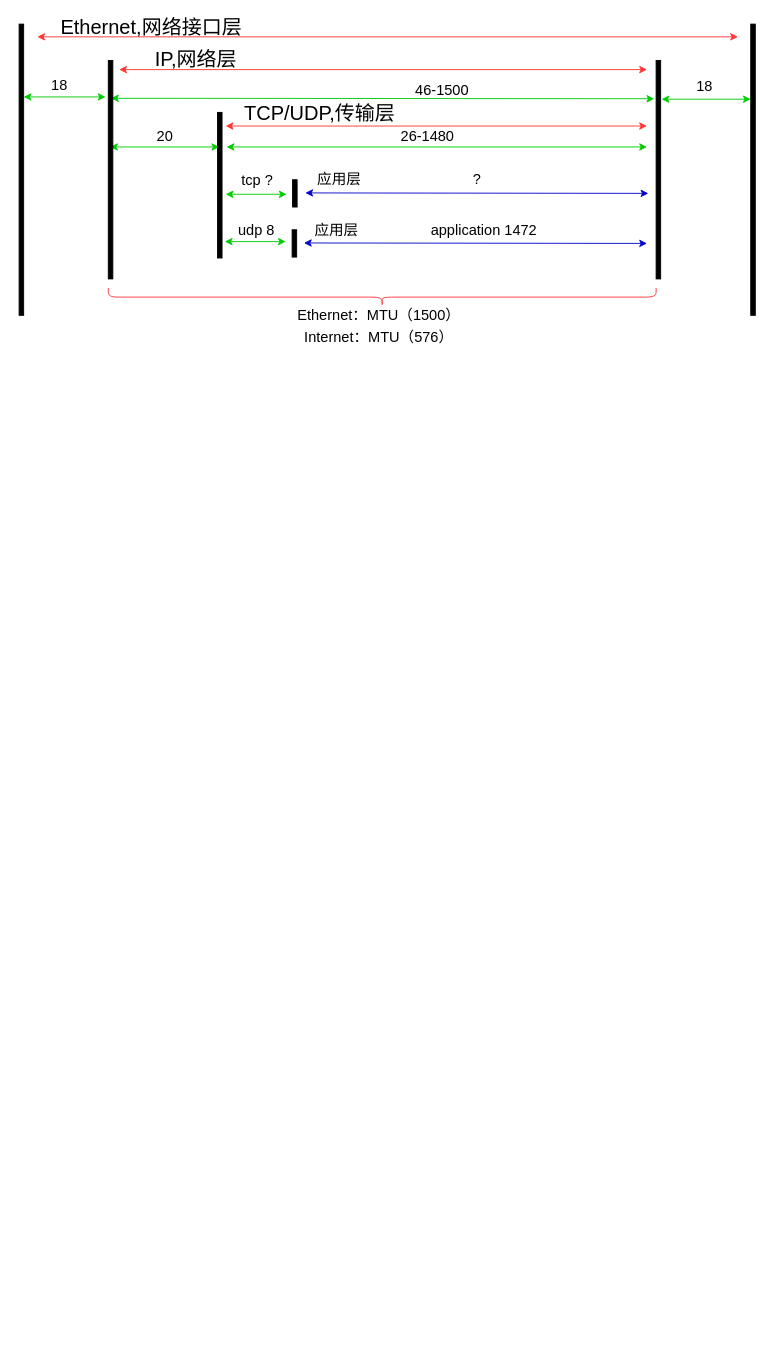
QQ1350995917/gitbook keeps this draw.io diagram as draw.io/tcpip-protocol.drawio. Above is the earlier version. Source tidied: cells renumbered, new cells numbered last; positions are measured from the earlier drawing's top-left corner, leaving out a move shared by most shapes. Both pictures are drawn from the tidied source at 91%, with x=0, y=0 at pixel (19, 18).
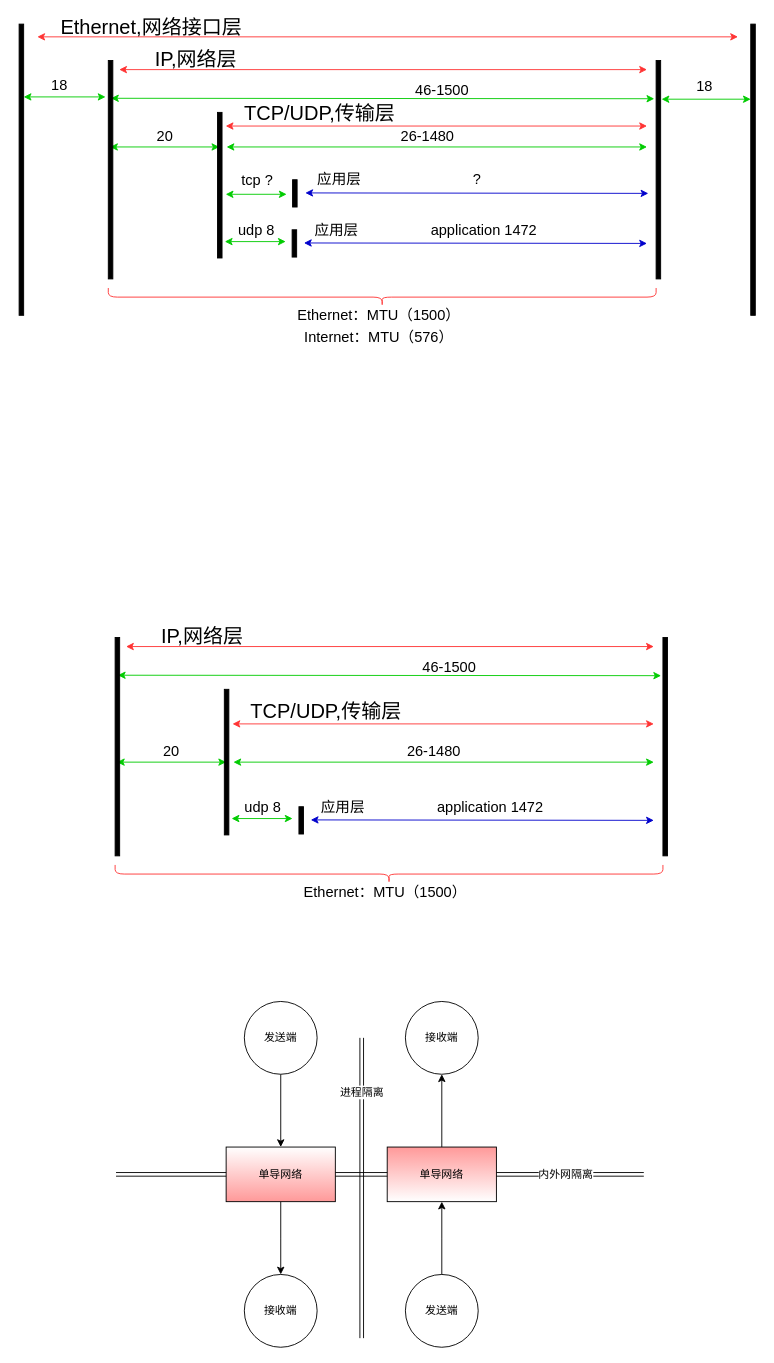
After the change.

The edit, as a diff of the source:
```diff
@@
+    <mxCell id="40" style="shape=link;html=1;startArrow=classic;startFill=1;endArrow=none;endFill=0;" parent="1" edge="1">
+      <mxGeometry relative="1" as="geometry">
+        <mxPoint x="106" y="1270" as="sourcePoint" />
+        <mxPoint x="686" y="1270" as="targetPoint" />
+      </mxGeometry>
+    </mxCell>
+    <mxCell id="41" value="内外网隔离&lt;br&gt;" style="text;html=1;align=center;verticalAlign=middle;labelBackgroundColor=#ffffff;" parent="40" vertex="1">
+      <mxGeometry x="0.88" y="2" relative="1" as="geometry">
+        <mxPoint x="-52" y="2" as="offset" />
+      </mxGeometry>
+    </mxCell>
@@
+    <mxCell id="42" value="TCP/UDP,传输层" style="text;html=1;strokeColor=none;fillColor=none;align=center;verticalAlign=middle;whiteSpace=wrap;rounded=0;fontSize=22;" parent="1" vertex="1">
+      <mxGeometry x="247" y="752" width="180" height="20" as="geometry" />
+    </mxCell>
+    <mxCell id="43" value="IP,网络层" style="text;html=1;strokeColor=none;fillColor=none;align=center;verticalAlign=middle;whiteSpace=wrap;rounded=0;fontSize=22;" parent="1" vertex="1">
+      <mxGeometry x="145" y="670" width="112" height="20" as="geometry" />
+    </mxCell>
+    <mxCell id="44" value="&lt;span&gt;46-1500&lt;/span&gt;" style="text;html=1;strokeColor=none;fillColor=none;align=center;verticalAlign=middle;whiteSpace=wrap;rounded=0;fontSize=16;" parent="1" vertex="1">
+      <mxGeometry x="429.5" y="701.5" width="85" height="20" as="geometry" />
+    </mxCell>
+    <mxCell id="45" style="endArrow=classic;startArrow=classic;html=1;fontSize=16;strokeColor=#00CC00;" parent="1" edge="1">
+      <mxGeometry relative="1" as="geometry">
+        <mxPoint x="108" y="721.5" as="sourcePoint" />
+        <mxPoint x="705" y="722" as="targetPoint" />
+      </mxGeometry>
+    </mxCell>
+    <mxCell id="46" style="endArrow=classic;startArrow=classic;html=1;fontSize=16;strokeColor=#00CC00;" parent="1" edge="1">
+      <mxGeometry relative="1" as="geometry">
+        <mxPoint x="107" y="817" as="sourcePoint" />
+        <mxPoint x="227" y="817" as="targetPoint" />
+      </mxGeometry>
+    </mxCell>
+    <mxCell id="47" value="20" style="text;html=1;strokeColor=none;fillColor=none;align=center;verticalAlign=middle;whiteSpace=wrap;rounded=0;fontSize=16;" parent="1" vertex="1">
+      <mxGeometry x="147" y="795" width="40" height="20" as="geometry" />
+    </mxCell>
+    <mxCell id="48" style="endArrow=classic;startArrow=classic;html=1;fontSize=16;strokeColor=#00CC00;" parent="1" edge="1">
+      <mxGeometry relative="1" as="geometry">
+        <mxPoint x="235" y="817" as="sourcePoint" />
+        <mxPoint x="697" y="817" as="targetPoint" />
+      </mxGeometry>
+    </mxCell>
+    <mxCell id="49" value="26-1480" style="text;html=1;strokeColor=none;fillColor=none;align=center;verticalAlign=middle;whiteSpace=wrap;rounded=0;fontSize=16;" parent="1" vertex="1">
+      <mxGeometry x="414" y="795" width="83" height="20" as="geometry" />
+    </mxCell>
+    <mxCell id="50" style="endArrow=classic;startArrow=classic;html=1;fontSize=16;strokeColor=#00CC00;" parent="1" edge="1">
+      <mxGeometry relative="1" as="geometry">
+        <mxPoint x="233" y="879" as="sourcePoint" />
+        <mxPoint x="300" y="879" as="targetPoint" />
+      </mxGeometry>
+    </mxCell>
+    <mxCell id="51" value="udp 8" style="text;html=1;strokeColor=none;fillColor=none;align=center;verticalAlign=middle;whiteSpace=wrap;rounded=0;fontSize=16;" parent="1" vertex="1">
+      <mxGeometry x="237" y="856" width="61" height="20" as="geometry" />
+    </mxCell>
+    <mxCell id="52" value="application 1472" style="text;html=1;strokeColor=none;fillColor=none;align=center;verticalAlign=middle;whiteSpace=wrap;rounded=0;fontSize=16;" parent="1" vertex="1">
+      <mxGeometry x="437" y="856" width="161" height="20" as="geometry" />
+    </mxCell>
+    <mxCell id="53" style="shape=curlyBracket;whiteSpace=wrap;html=1;rounded=1;fontSize=16;direction=north;strokeColor=#FF3333;" parent="1" vertex="1">
+      <mxGeometry x="105" y="930" width="602" height="20" as="geometry" />
+    </mxCell>
+    <mxCell id="54" value="Ethernet：MTU（1500）" style="text;html=1;strokeColor=none;fillColor=none;align=center;verticalAlign=middle;whiteSpace=wrap;rounded=0;fontSize=16;" parent="1" vertex="1">
+      <mxGeometry x="247" y="950" width="310" height="20" as="geometry" />
+    </mxCell>
+    <mxCell id="55" style="rounded=0;whiteSpace=wrap;html=1;fontSize=16;fillColor=#000000;" parent="1" vertex="1">
+      <mxGeometry x="105" y="680" width="5" height="240" as="geometry" />
+    </mxCell>
+    <mxCell id="56" style="rounded=0;whiteSpace=wrap;html=1;fontSize=16;fillColor=#000000;" parent="1" vertex="1">
+      <mxGeometry x="225" y="737" width="5" height="160" as="geometry" />
+    </mxCell>
+    <mxCell id="57" style="rounded=0;whiteSpace=wrap;html=1;fontSize=16;fillColor=#000000;" parent="1" vertex="1">
+      <mxGeometry x="307" y="866" width="5" height="30" as="geometry" />
+    </mxCell>
+    <mxCell id="58" style="rounded=0;whiteSpace=wrap;html=1;fontSize=16;fillColor=#000000;" parent="1" vertex="1">
+      <mxGeometry x="707" y="680" width="5" height="240" as="geometry" />
+    </mxCell>
+    <mxCell id="59" style="endArrow=classic;startArrow=classic;html=1;fillColor=#0A0A0A;fontSize=16;strokeColor=#FF3333;" parent="1" edge="1">
+      <mxGeometry relative="1" as="geometry">
+        <mxPoint x="117" y="690" as="sourcePoint" />
+        <mxPoint x="697" y="690" as="targetPoint" />
+      </mxGeometry>
+    </mxCell>
+    <mxCell id="60" style="endArrow=classic;startArrow=classic;html=1;fillColor=#0A0A0A;fontSize=16;strokeColor=#FF3333;" parent="1" edge="1">
+      <mxGeometry relative="1" as="geometry">
+        <mxPoint x="234" y="775" as="sourcePoint" />
+        <mxPoint x="697" y="775" as="targetPoint" />
+      </mxGeometry>
+    </mxCell>
+    <mxCell id="61" style="endArrow=classic;startArrow=classic;html=1;fontSize=16;strokeColor=#0000CC;" parent="1" edge="1">
+      <mxGeometry relative="1" as="geometry">
+        <mxPoint x="320" y="880.5" as="sourcePoint" />
+        <mxPoint x="697" y="881" as="targetPoint" />
+      </mxGeometry>
+    </mxCell>
+    <mxCell id="62" value="应用层" style="text;html=1;strokeColor=none;fillColor=none;align=center;verticalAlign=middle;whiteSpace=wrap;rounded=0;fontSize=16;" parent="1" vertex="1">
+      <mxGeometry x="327" y="856" width="57" height="20" as="geometry" />
+    </mxCell>
+    <mxCell id="63" style="edgeStyle=orthogonalEdgeStyle;rounded=0;jettySize=auto;html=1;" parent="1" edge="1" source="64" target="66">
+      <mxGeometry relative="1" as="geometry" />
+    </mxCell>
+    <mxCell id="64" value="发送端" style="ellipse;whiteSpace=wrap;html=1;" parent="1" vertex="1">
+      <mxGeometry x="247" y="1080" width="80" height="80" as="geometry" />
+    </mxCell>
+    <mxCell id="65" style="edgeStyle=orthogonalEdgeStyle;rounded=0;jettySize=auto;html=1;" parent="1" edge="1" source="66">
+      <mxGeometry relative="1" as="geometry">
+        <mxPoint x="287" y="1380" as="targetPoint" />
+      </mxGeometry>
+    </mxCell>
+    <mxCell id="66" value="单导网络" style="rounded=0;whiteSpace=wrap;html=1;fillColor=#FF9999;shadow=0;gradientColor=#ffffff;gradientDirection=north;" parent="1" vertex="1">
+      <mxGeometry x="227" y="1240" width="120" height="60" as="geometry" />
+    </mxCell>
+    <mxCell id="67" value="接收端" style="ellipse;whiteSpace=wrap;html=1;" parent="1" vertex="1">
+      <mxGeometry x="247" y="1380" width="80" height="80" as="geometry" />
+    </mxCell>
+    <mxCell id="68" style="edgeStyle=orthogonalEdgeStyle;rounded=0;jettySize=auto;html=1;startArrow=classic;startFill=1;endArrow=none;endFill=0;" parent="1" edge="1" source="69" target="71">
+      <mxGeometry relative="1" as="geometry" />
+    </mxCell>
+    <mxCell id="69" value="接收端" style="ellipse;whiteSpace=wrap;html=1;" parent="1" vertex="1">
+      <mxGeometry x="424" y="1080" width="80" height="80" as="geometry" />
+    </mxCell>
+    <mxCell id="70" style="edgeStyle=orthogonalEdgeStyle;rounded=0;jettySize=auto;html=1;startArrow=classic;startFill=1;endArrow=none;endFill=0;" parent="1" edge="1" source="71">
+      <mxGeometry relative="1" as="geometry">
+        <mxPoint x="464" y="1380" as="targetPoint" />
+      </mxGeometry>
+    </mxCell>
+    <mxCell id="71" value="单导网络" style="rounded=0;whiteSpace=wrap;html=1;fillColor=#FF9999;gradientColor=#ffffff;" parent="1" vertex="1">
+      <mxGeometry x="404" y="1240" width="120" height="60" as="geometry" />
+    </mxCell>
+    <mxCell id="72" value="发送端" style="ellipse;whiteSpace=wrap;html=1;" parent="1" vertex="1">
+      <mxGeometry x="424" y="1380" width="80" height="80" as="geometry" />
+    </mxCell>
+    <mxCell id="73" style="shape=link;html=1;startArrow=classic;startFill=1;endArrow=none;endFill=0;" parent="1" edge="1">
+      <mxGeometry relative="1" as="geometry">
+        <mxPoint x="376" y="1450" as="sourcePoint" />
+        <mxPoint x="376" y="1120" as="targetPoint" />
+      </mxGeometry>
+    </mxCell>
+    <mxCell id="74" value="进程隔离" style="text;html=1;align=center;verticalAlign=middle;labelBackgroundColor=#ffffff;" parent="73" vertex="1">
+      <mxGeometry x="0.64" y="1" relative="1" as="geometry" />
+    </mxCell>
```
